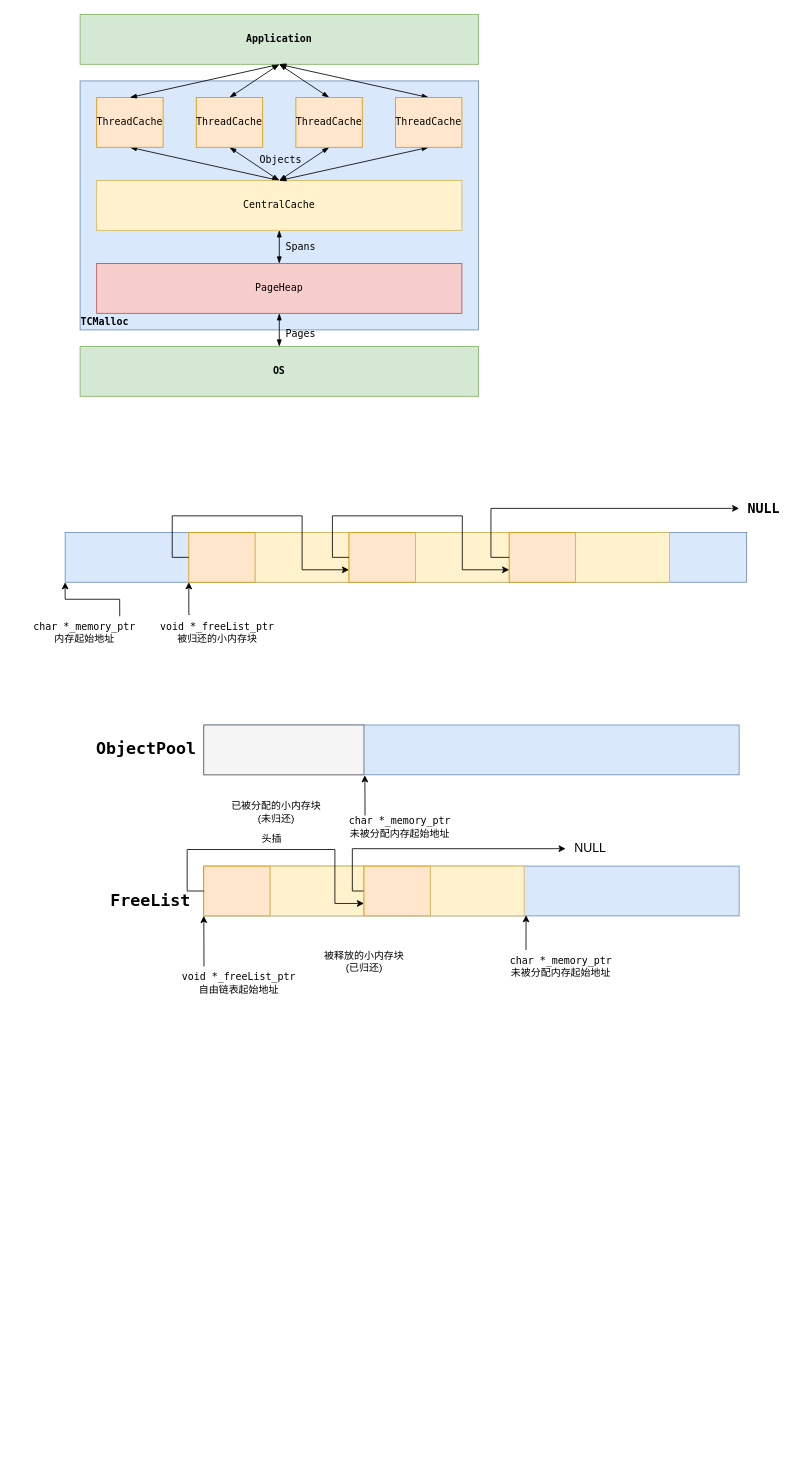
Before: page "第 1 页" (1 of 2) of 算法/TCMalloc.drawio in xyshawy/DRAW, a draw.io diagram. Source tidied: cells renumbered, new cells numbered last; positions are measured from the earlier drawing's top-left corner, leaving out a move shared by most shapes. Both pictures are drawn from the tidied source at 83%, with x=0, y=0 at pixel (14, 14).
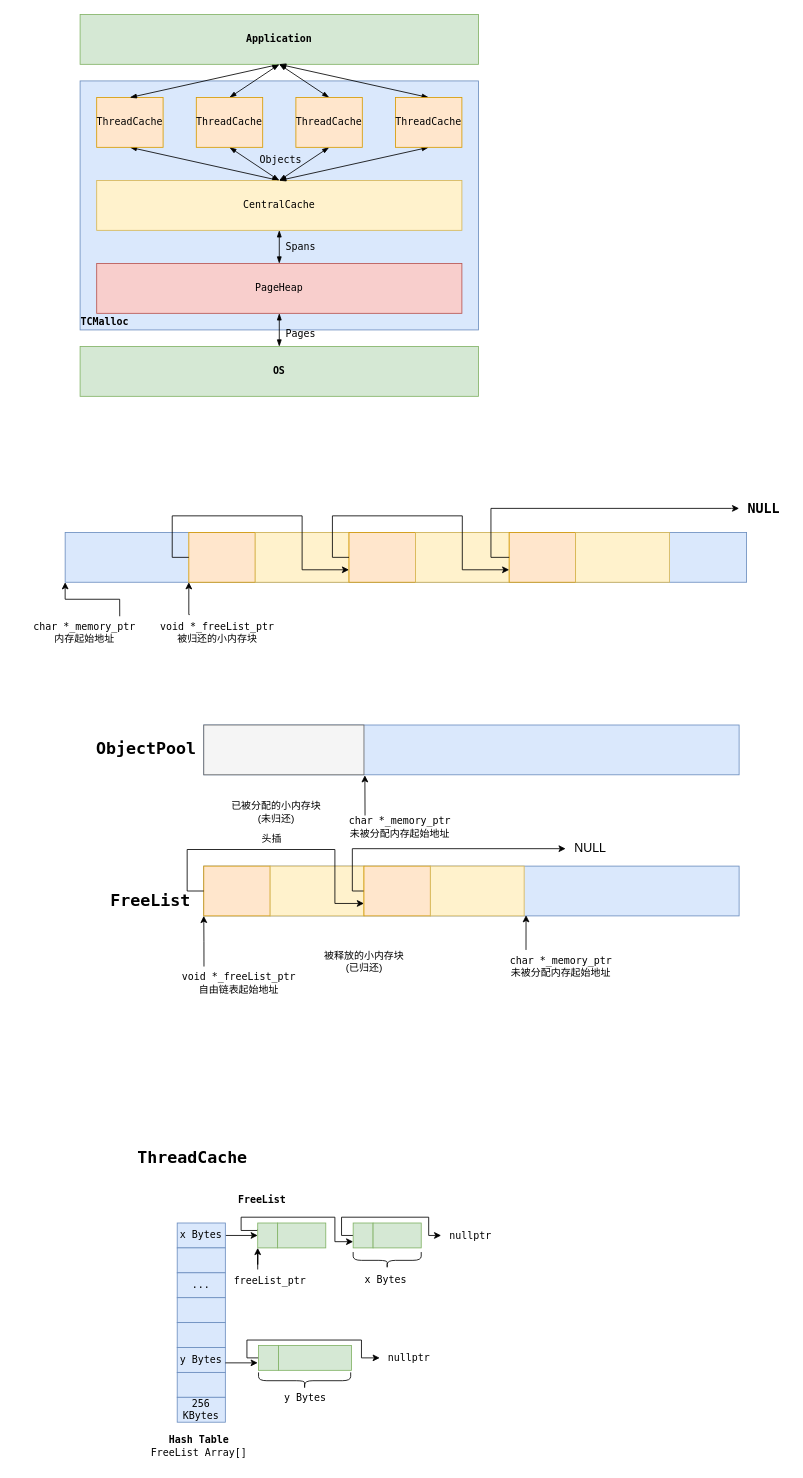
After the change.

Change to the diagram source:
```diff
@@
+    <mxCell id="61" style="edgeStyle=orthogonalEdgeStyle;rounded=0;jettySize=auto;html=1;exitX=0.5;exitY=0;exitDx=0;exitDy=0;entryX=0.5;entryY=1;entryDx=0;entryDy=0;" parent="1" edge="1" source="62" target="71">
+      <mxGeometry relative="1" as="geometry" />
+    </mxCell>
+    <mxCell id="62" value="x Bytes" style="rounded=0;whiteSpace=wrap;html=1;fontFamily=Lucida Console;fillColor=#dae8fc;strokeColor=#6c8ebf;direction=south;" parent="1" vertex="1">
+      <mxGeometry x="196" y="1456" width="58" height="30" as="geometry" />
+    </mxCell>
+    <mxCell id="63" style="rounded=0;whiteSpace=wrap;html=1;fontFamily=Lucida Console;fillColor=#dae8fc;strokeColor=#6c8ebf;direction=south;" parent="1" vertex="1">
+      <mxGeometry x="196" y="1486" width="58" height="30" as="geometry" />
+    </mxCell>
+    <mxCell id="64" value="..." style="rounded=0;whiteSpace=wrap;html=1;fontFamily=Lucida Console;fillColor=#dae8fc;strokeColor=#6c8ebf;direction=south;" parent="1" vertex="1">
+      <mxGeometry x="196" y="1516" width="58" height="30" as="geometry" />
+    </mxCell>
+    <mxCell id="65" style="rounded=0;whiteSpace=wrap;html=1;fontFamily=Lucida Console;fillColor=#dae8fc;strokeColor=#6c8ebf;direction=south;" parent="1" vertex="1">
+      <mxGeometry x="196" y="1546" width="58" height="30" as="geometry" />
+    </mxCell>
+    <mxCell id="66" style="rounded=0;whiteSpace=wrap;html=1;fontFamily=Lucida Console;fillColor=#dae8fc;strokeColor=#6c8ebf;direction=south;" parent="1" vertex="1">
+      <mxGeometry x="196" y="1576" width="58" height="30" as="geometry" />
+    </mxCell>
+    <mxCell id="67" value="y Bytes" style="rounded=0;whiteSpace=wrap;html=1;fontFamily=Lucida Console;fillColor=#dae8fc;strokeColor=#6c8ebf;direction=south;" parent="1" vertex="1">
+      <mxGeometry x="196" y="1606" width="58" height="30" as="geometry" />
+    </mxCell>
+    <mxCell id="68" style="rounded=0;whiteSpace=wrap;html=1;fontFamily=Lucida Console;fillColor=#dae8fc;strokeColor=#6c8ebf;direction=south;" parent="1" vertex="1">
+      <mxGeometry x="196" y="1636" width="58" height="30" as="geometry" />
+    </mxCell>
+    <mxCell id="69" value="256 KBytes" style="rounded=0;whiteSpace=wrap;html=1;fontFamily=Lucida Console;fillColor=#dae8fc;strokeColor=#6c8ebf;direction=south;" parent="1" vertex="1">
+      <mxGeometry x="196" y="1666" width="58" height="30" as="geometry" />
+    </mxCell>
+    <mxCell id="70" style="edgeStyle=orthogonalEdgeStyle;rounded=0;jettySize=auto;html=1;exitX=0.25;exitY=1;exitDx=0;exitDy=0;entryX=0.75;entryY=1;entryDx=0;entryDy=0;" parent="1" edge="1" source="71" target="74">
+      <mxGeometry relative="1" as="geometry">
+        <Array as="points">
+          <mxPoint x="293" y="1465" />
+          <mxPoint x="273" y="1465" />
+          <mxPoint x="273" y="1449" />
+          <mxPoint x="386" y="1449" />
+          <mxPoint x="386" y="1479" />
+        </Array>
+      </mxGeometry>
+    </mxCell>
+    <mxCell id="71" style="rounded=0;whiteSpace=wrap;html=1;fontFamily=Lucida Console;fillColor=#d5e8d4;strokeColor=#82b366;direction=south;" parent="1" vertex="1">
+      <mxGeometry x="293" y="1456" width="24" height="30" as="geometry" />
+    </mxCell>
+    <mxCell id="72" style="rounded=0;whiteSpace=wrap;html=1;fontFamily=Lucida Console;fillColor=#d5e8d4;strokeColor=#82b366;direction=south;" parent="1" vertex="1">
+      <mxGeometry x="317" y="1456" width="58" height="30" as="geometry" />
+    </mxCell>
+    <mxCell id="73" style="edgeStyle=orthogonalEdgeStyle;rounded=0;jettySize=auto;html=1;exitX=0.5;exitY=1;exitDx=0;exitDy=0;" parent="1" edge="1" source="74" target="76">
+      <mxGeometry relative="1" as="geometry">
+        <Array as="points">
+          <mxPoint x="394" y="1471" />
+          <mxPoint x="394" y="1449" />
+          <mxPoint x="499" y="1449" />
+          <mxPoint x="499" y="1471" />
+        </Array>
+      </mxGeometry>
+    </mxCell>
+    <mxCell id="74" style="rounded=0;whiteSpace=wrap;html=1;fontFamily=Lucida Console;fillColor=#d5e8d4;strokeColor=#82b366;direction=south;" parent="1" vertex="1">
+      <mxGeometry x="408" y="1456" width="24" height="30" as="geometry" />
+    </mxCell>
+    <mxCell id="75" style="rounded=0;whiteSpace=wrap;html=1;fontFamily=Lucida Console;fillColor=#d5e8d4;strokeColor=#82b366;direction=south;" parent="1" vertex="1">
+      <mxGeometry x="432" y="1456" width="58" height="30" as="geometry" />
+    </mxCell>
+    <mxCell id="76" value="&lt;font face=&quot;Lucida Console&quot;&gt;nullptr&lt;/font&gt;" style="text;html=1;align=center;verticalAlign=middle;points=[];strokeColor=none;fillColor=none;" parent="1" vertex="1">
+      <mxGeometry x="514" y="1458" width="69" height="27" as="geometry" />
+    </mxCell>
+    <mxCell id="77" style="edgeStyle=orthogonalEdgeStyle;rounded=0;orthogonalLoop=1;jettySize=auto;html=1;exitX=0.5;exitY=0;exitDx=0;exitDy=0;entryX=0.5;entryY=1;entryDx=0;entryDy=0;" parent="1" edge="1">
+      <mxGeometry relative="1" as="geometry">
+        <mxPoint x="254" y="1624.5" as="sourcePoint" />
+        <mxPoint x="293" y="1624.5" as="targetPoint" />
+      </mxGeometry>
+    </mxCell>
+    <mxCell id="78" style="edgeStyle=orthogonalEdgeStyle;rounded=0;orthogonalLoop=1;jettySize=auto;html=1;exitX=0.5;exitY=1;exitDx=0;exitDy=0;" parent="1" edge="1">
+      <mxGeometry relative="1" as="geometry">
+        <mxPoint x="294" y="1618.5" as="sourcePoint" />
+        <mxPoint x="440" y="1618.5" as="targetPoint" />
+        <Array as="points">
+          <mxPoint x="280" y="1619" />
+          <mxPoint x="280" y="1597" />
+          <mxPoint x="418" y="1597" />
+          <mxPoint x="418" y="1619" />
+        </Array>
+      </mxGeometry>
+    </mxCell>
+    <mxCell id="79" style="rounded=0;whiteSpace=wrap;html=1;fontFamily=Lucida Console;fillColor=#d5e8d4;strokeColor=#82b366;direction=south;" parent="1" vertex="1">
+      <mxGeometry x="294" y="1603.5" width="24" height="30" as="geometry" />
+    </mxCell>
+    <mxCell id="80" style="rounded=0;whiteSpace=wrap;html=1;fontFamily=Lucida Console;fillColor=#d5e8d4;strokeColor=#82b366;direction=south;" parent="1" vertex="1">
+      <mxGeometry x="318" y="1603.5" width="88" height="30" as="geometry" />
+    </mxCell>
+    <mxCell id="81" value="&lt;font face=&quot;Lucida Console&quot;&gt;nullptr&lt;/font&gt;" style="text;html=1;align=center;verticalAlign=middle;strokeColor=none;fillColor=none;" parent="1" vertex="1">
+      <mxGeometry x="440" y="1605.5" width="69" height="27" as="geometry" />
+    </mxCell>
+    <mxCell id="82" value="&lt;font face=&quot;Lucida Console&quot;&gt;&lt;b&gt;Hash Table&lt;/b&gt;&lt;br&gt;FreeList Array[]&lt;/font&gt;" style="text;html=1;align=center;verticalAlign=middle;strokeColor=none;fillColor=none;" parent="1" vertex="1">
+      <mxGeometry x="155" y="1704" width="134" height="42" as="geometry" />
+    </mxCell>
+    <mxCell id="83" style="edgeStyle=orthogonalEdgeStyle;rounded=0;jettySize=auto;html=1;entryX=1;entryY=1;entryDx=0;entryDy=0;" parent="1" edge="1" source="84" target="71">
+      <mxGeometry relative="1" as="geometry" />
+    </mxCell>
+    <mxCell id="84" value="&lt;font face=&quot;Lucida Console&quot;&gt;&amp;nbsp; &amp;nbsp; freeList_ptr&lt;/font&gt;" style="text;html=1;align=center;verticalAlign=middle;points=[];strokeColor=none;fillColor=none;" parent="1" vertex="1">
+      <mxGeometry x="226" y="1512" width="134" height="27" as="geometry" />
+    </mxCell>
+    <mxCell id="85" value="&lt;font style=&quot;font-size: 20px;&quot; face=&quot;Lucida Console&quot;&gt;&lt;b&gt;ThreadCache&lt;/b&gt;&lt;/font&gt;" style="text;html=1;align=center;verticalAlign=middle;strokeColor=none;fillColor=none;" parent="1" vertex="1">
+      <mxGeometry x="136" y="1358" width="155" height="36" as="geometry" />
+    </mxCell>
+    <mxCell id="86" style="shape=curlyBracket;whiteSpace=wrap;html=1;rounded=1;flipH=1;labelPosition=right;verticalLabelPosition=middle;align=left;verticalAlign=middle;direction=north;" parent="1" vertex="1">
+      <mxGeometry x="408" y="1491" width="82" height="20" as="geometry" />
+    </mxCell>
+    <mxCell id="87" value="&lt;font face=&quot;Lucida Console&quot;&gt;x Bytes&lt;/font&gt;" style="text;html=1;align=center;verticalAlign=middle;strokeColor=none;fillColor=none;" parent="1" vertex="1">
+      <mxGeometry x="412" y="1511" width="69" height="27" as="geometry" />
+    </mxCell>
+    <mxCell id="88" style="shape=curlyBracket;whiteSpace=wrap;html=1;rounded=1;flipH=1;labelPosition=right;verticalLabelPosition=middle;align=left;verticalAlign=middle;direction=north;" parent="1" vertex="1">
+      <mxGeometry x="294" y="1636" width="111" height="20" as="geometry" />
+    </mxCell>
+    <mxCell id="89" value="&lt;font face=&quot;Lucida Console&quot;&gt;y Bytes&lt;/font&gt;" style="text;html=1;align=center;verticalAlign=middle;strokeColor=none;fillColor=none;" parent="1" vertex="1">
+      <mxGeometry x="315" y="1653" width="69" height="27" as="geometry" />
+    </mxCell>
+    <mxCell id="90" value="&lt;font face=&quot;Lucida Console&quot;&gt;&lt;b&gt;FreeList&lt;/b&gt;&lt;/font&gt;" style="text;html=1;align=center;verticalAlign=middle;strokeColor=none;fillColor=none;" parent="1" vertex="1">
+      <mxGeometry x="259" y="1414" width="78" height="27" as="geometry" />
+    </mxCell>
```
